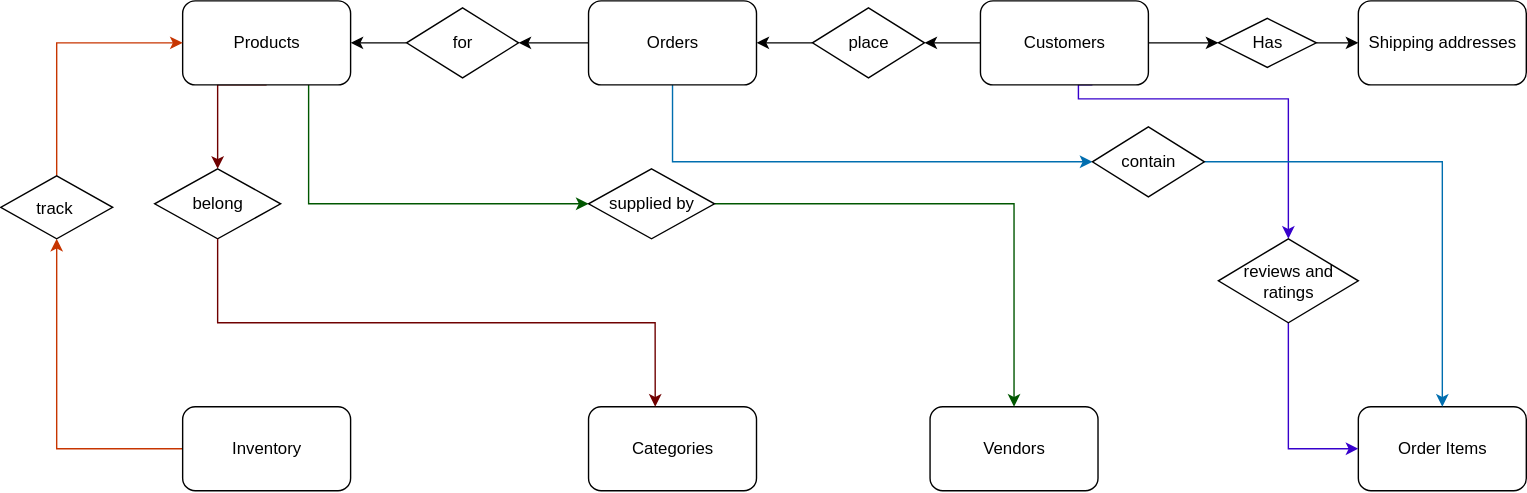
The draw.io diagram Task2.2.drawio.svg in dariya-yergaliyeva/DataBase, before a commit. Source tidied: cells renumbered, new cells last; positions are measured from the earlier drawing's top-left corner, leaving out a move shared by most shapes. Source of this version:
```xml
<mxGraphModel>
  <root>
    <mxCell id="0" />
    <mxCell id="1" parent="0" />
    <mxCell id="2" style="edgeStyle=orthogonalEdgeStyle;rounded=0;jettySize=auto;html=1;exitX=0;exitY=0.5;exitDx=0;exitDy=0;entryX=1;entryY=0.5;entryDx=0;entryDy=0;" parent="1" edge="1" source="5" target="19">
      <mxGeometry relative="1" as="geometry" />
    </mxCell>
    <mxCell id="3" style="edgeStyle=orthogonalEdgeStyle;rounded=0;orthogonalLoop=1;jettySize=auto;html=1;exitX=0.994;exitY=0.601;exitDx=0;exitDy=0;fillColor=#6a00ff;strokeColor=#3700CC;exitPerimeter=0;" parent="1" edge="1">
      <mxGeometry relative="1" as="geometry">
        <mxPoint x="780" y="60" as="sourcePoint" />
        <mxPoint x="920" y="170" as="targetPoint" />
        <Array as="points">
          <mxPoint x="770" y="60" />
          <mxPoint x="770" y="70" />
          <mxPoint x="920" y="70" />
        </Array>
      </mxGeometry>
    </mxCell>
    <mxCell id="4" style="edgeStyle=orthogonalEdgeStyle;rounded=0;jettySize=auto;html=1;exitX=1;exitY=0.5;exitDx=0;exitDy=0;entryX=0;entryY=0.5;entryDx=0;entryDy=0;" parent="1" edge="1" source="5" target="33">
      <mxGeometry relative="1" as="geometry" />
    </mxCell>
    <mxCell id="5" value="Customers" style="rounded=1;whiteSpace=wrap;html=1;" parent="1" vertex="1">
      <mxGeometry x="700" width="120" height="60" as="geometry" />
    </mxCell>
    <mxCell id="6" style="edgeStyle=orthogonalEdgeStyle;rounded=0;jettySize=auto;html=1;exitX=0;exitY=0.5;exitDx=0;exitDy=0;entryX=1;entryY=0.5;entryDx=0;entryDy=0;" parent="1" edge="1" source="8" target="21">
      <mxGeometry relative="1" as="geometry" />
    </mxCell>
    <mxCell id="7" style="edgeStyle=orthogonalEdgeStyle;rounded=0;jettySize=auto;html=1;exitX=0.5;exitY=1;exitDx=0;exitDy=0;entryX=0;entryY=0.5;entryDx=0;entryDy=0;fillColor=#1ba1e2;strokeColor=#006EAF;" parent="1" edge="1" source="8" target="27">
      <mxGeometry relative="1" as="geometry" />
    </mxCell>
    <mxCell id="8" value="Orders" style="rounded=1;whiteSpace=wrap;html=1;" parent="1" vertex="1">
      <mxGeometry x="420" width="120" height="60" as="geometry" />
    </mxCell>
    <mxCell id="9" style="edgeStyle=orthogonalEdgeStyle;rounded=0;jettySize=auto;html=1;exitX=0.5;exitY=1;exitDx=0;exitDy=0;entryX=0.5;entryY=0;entryDx=0;entryDy=0;fillColor=#a20025;strokeColor=#6F0000;" parent="1" edge="1" source="11" target="22">
      <mxGeometry relative="1" as="geometry">
        <Array as="points">
          <mxPoint x="155" y="60" />
        </Array>
      </mxGeometry>
    </mxCell>
    <mxCell id="10" style="edgeStyle=orthogonalEdgeStyle;rounded=0;jettySize=auto;html=1;exitX=0.75;exitY=1;exitDx=0;exitDy=0;entryX=0;entryY=0.5;entryDx=0;entryDy=0;fillColor=#008a00;strokeColor=#005700;" parent="1" edge="1" source="11" target="25">
      <mxGeometry relative="1" as="geometry" />
    </mxCell>
    <mxCell id="11" value="Products" style="rounded=1;whiteSpace=wrap;html=1;" parent="1" vertex="1">
      <mxGeometry x="130" width="120" height="60" as="geometry" />
    </mxCell>
    <mxCell id="12" value="Categories" style="rounded=1;whiteSpace=wrap;html=1;" parent="1" vertex="1">
      <mxGeometry x="420" y="290" width="120" height="60" as="geometry" />
    </mxCell>
    <mxCell id="13" value="Vendors" style="rounded=1;whiteSpace=wrap;html=1;" parent="1" vertex="1">
      <mxGeometry x="664" y="290" width="120" height="60" as="geometry" />
    </mxCell>
    <mxCell id="14" value="Order Items" style="rounded=1;whiteSpace=wrap;html=1;" parent="1" vertex="1">
      <mxGeometry x="970" y="290" width="120" height="60" as="geometry" />
    </mxCell>
    <mxCell id="15" value="Shipping addresses" style="rounded=1;whiteSpace=wrap;html=1;" parent="1" vertex="1">
      <mxGeometry x="970" width="120" height="60" as="geometry" />
    </mxCell>
    <mxCell id="16" style="edgeStyle=orthogonalEdgeStyle;rounded=0;jettySize=auto;html=1;exitX=0;exitY=0.5;exitDx=0;exitDy=0;entryX=0.5;entryY=1;entryDx=0;entryDy=0;fillColor=#fa6800;strokeColor=#C73500;" parent="1" edge="1" source="17" target="31">
      <mxGeometry relative="1" as="geometry" />
    </mxCell>
    <mxCell id="17" value="Inventory" style="rounded=1;whiteSpace=wrap;html=1;" parent="1" vertex="1">
      <mxGeometry x="130" y="290" width="120" height="60" as="geometry" />
    </mxCell>
    <mxCell id="18" style="edgeStyle=orthogonalEdgeStyle;rounded=0;jettySize=auto;html=1;exitX=0;exitY=0.5;exitDx=0;exitDy=0;entryX=1;entryY=0.5;entryDx=0;entryDy=0;" parent="1" edge="1" source="19" target="8">
      <mxGeometry relative="1" as="geometry" />
    </mxCell>
    <mxCell id="19" value="place" style="rhombus;whiteSpace=wrap;html=1;" parent="1" vertex="1">
      <mxGeometry x="580" y="5" width="80" height="50" as="geometry" />
    </mxCell>
    <mxCell id="20" style="edgeStyle=orthogonalEdgeStyle;rounded=0;jettySize=auto;html=1;exitX=0;exitY=0.5;exitDx=0;exitDy=0;entryX=1;entryY=0.5;entryDx=0;entryDy=0;" parent="1" edge="1" source="21" target="11">
      <mxGeometry relative="1" as="geometry" />
    </mxCell>
    <mxCell id="21" value="for" style="rhombus;whiteSpace=wrap;html=1;" parent="1" vertex="1">
      <mxGeometry x="290" y="5" width="80" height="50" as="geometry" />
    </mxCell>
    <mxCell id="22" value="belong" style="rhombus;whiteSpace=wrap;html=1;" parent="1" vertex="1">
      <mxGeometry x="110" y="120" width="90" height="50" as="geometry" />
    </mxCell>
    <mxCell id="23" style="edgeStyle=orthogonalEdgeStyle;rounded=0;jettySize=auto;html=1;exitX=0.5;exitY=1;exitDx=0;exitDy=0;entryX=0.397;entryY=0;entryDx=0;entryDy=0;entryPerimeter=0;fillColor=#a20025;strokeColor=#6F0000;" parent="1" edge="1" source="22" target="12">
      <mxGeometry relative="1" as="geometry" />
    </mxCell>
    <mxCell id="24" style="edgeStyle=orthogonalEdgeStyle;rounded=0;jettySize=auto;html=1;exitX=1;exitY=0.5;exitDx=0;exitDy=0;entryX=0.5;entryY=0;entryDx=0;entryDy=0;fillColor=#008a00;strokeColor=#005700;" parent="1" edge="1" source="25" target="13">
      <mxGeometry relative="1" as="geometry" />
    </mxCell>
    <mxCell id="25" value="supplied by" style="rhombus;whiteSpace=wrap;html=1;" parent="1" vertex="1">
      <mxGeometry x="420" y="120" width="90" height="50" as="geometry" />
    </mxCell>
    <mxCell id="26" style="edgeStyle=orthogonalEdgeStyle;rounded=0;jettySize=auto;html=1;exitX=1;exitY=0.5;exitDx=0;exitDy=0;entryX=0.5;entryY=0;entryDx=0;entryDy=0;fillColor=#1ba1e2;strokeColor=#006EAF;" parent="1" edge="1" source="27" target="14">
      <mxGeometry relative="1" as="geometry" />
    </mxCell>
    <mxCell id="27" value="contain" style="rhombus;whiteSpace=wrap;html=1;" parent="1" vertex="1">
      <mxGeometry x="780" y="90" width="80" height="50" as="geometry" />
    </mxCell>
    <mxCell id="28" style="edgeStyle=orthogonalEdgeStyle;rounded=0;jettySize=auto;html=1;exitX=0.5;exitY=1;exitDx=0;exitDy=0;entryX=0;entryY=0.5;entryDx=0;entryDy=0;fillColor=#6a00ff;strokeColor=#3700CC;" parent="1" edge="1" source="29" target="14">
      <mxGeometry relative="1" as="geometry" />
    </mxCell>
    <mxCell id="29" value="reviews and ratings" style="rhombus;whiteSpace=wrap;html=1;" parent="1" vertex="1">
      <mxGeometry x="870" y="170" width="100" height="60" as="geometry" />
    </mxCell>
    <mxCell id="30" style="edgeStyle=orthogonalEdgeStyle;rounded=0;jettySize=auto;html=1;exitX=0.5;exitY=0;exitDx=0;exitDy=0;entryX=0;entryY=0.5;entryDx=0;entryDy=0;fillColor=#fa6800;strokeColor=#C73500;" parent="1" edge="1" source="31" target="11">
      <mxGeometry relative="1" as="geometry" />
    </mxCell>
    <mxCell id="31" value="track&amp;nbsp;" style="rhombus;whiteSpace=wrap;html=1;" parent="1" vertex="1">
      <mxGeometry y="125" width="80" height="45" as="geometry" />
    </mxCell>
    <mxCell id="32" style="edgeStyle=orthogonalEdgeStyle;rounded=0;jettySize=auto;html=1;exitX=1;exitY=0.5;exitDx=0;exitDy=0;entryX=0;entryY=0.5;entryDx=0;entryDy=0;" parent="1" edge="1" source="33" target="15">
      <mxGeometry relative="1" as="geometry" />
    </mxCell>
    <mxCell id="33" value="Has" style="rhombus;whiteSpace=wrap;html=1;" parent="1" vertex="1">
      <mxGeometry x="870" y="12.5" width="70" height="35" as="geometry" />
    </mxCell>
  </root>
</mxGraphModel>
```
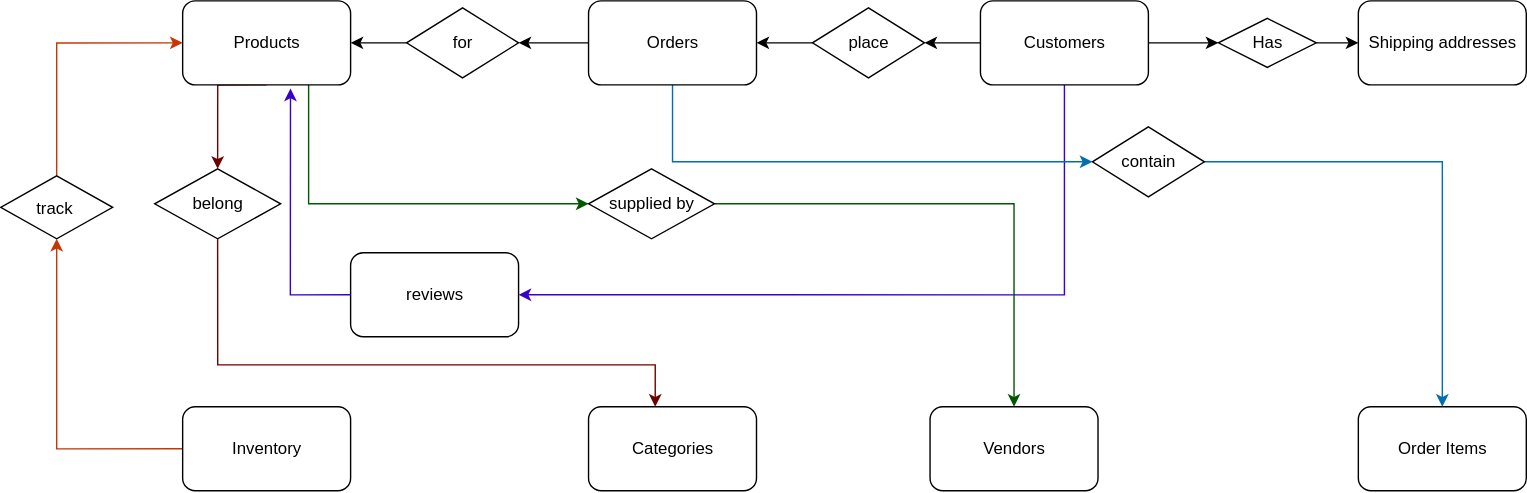
The same diagram one commit later.

The edit, as a diff of the source:
```diff
@@ -5,20 +5,12 @@
     <mxCell id="2" style="edgeStyle=orthogonalEdgeStyle;rounded=0;jettySize=auto;html=1;exitX=0;exitY=0.5;exitDx=0;exitDy=0;entryX=1;entryY=0.5;entryDx=0;entryDy=0;" parent="1" edge="1" source="5" target="19">
       <mxGeometry relative="1" as="geometry" />
     </mxCell>
-    <mxCell id="3" style="edgeStyle=orthogonalEdgeStyle;rounded=0;orthogonalLoop=1;jettySize=auto;html=1;exitX=0.994;exitY=0.601;exitDx=0;exitDy=0;fillColor=#6a00ff;strokeColor=#3700CC;exitPerimeter=0;" parent="1" edge="1">
-      <mxGeometry relative="1" as="geometry">
-        <mxPoint x="780" y="60" as="sourcePoint" />
-        <mxPoint x="920" y="170" as="targetPoint" />
-        <Array as="points">
-          <mxPoint x="770" y="60" />
-          <mxPoint x="770" y="70" />
-          <mxPoint x="920" y="70" />
-        </Array>
-      </mxGeometry>
-    </mxCell>
     <mxCell id="4" style="edgeStyle=orthogonalEdgeStyle;rounded=0;jettySize=auto;html=1;exitX=1;exitY=0.5;exitDx=0;exitDy=0;entryX=0;entryY=0.5;entryDx=0;entryDy=0;" parent="1" edge="1" source="5" target="33">
       <mxGeometry relative="1" as="geometry" />
     </mxCell>
+    <mxCell id="34" style="edgeStyle=orthogonalEdgeStyle;rounded=0;jettySize=auto;html=1;exitX=0.5;exitY=1;exitDx=0;exitDy=0;entryX=1;entryY=0.5;entryDx=0;entryDy=0;fillColor=#6a00ff;strokeColor=#3700CC;" parent="1" edge="1" source="5" target="35">
+      <mxGeometry relative="1" as="geometry" />
+    </mxCell>
     <mxCell id="5" value="Customers" style="rounded=1;whiteSpace=wrap;html=1;" parent="1" vertex="1">
       <mxGeometry x="700" width="120" height="60" as="geometry" />
     </mxCell>
@@ -78,7 +70,12 @@
       <mxGeometry x="110" y="120" width="90" height="50" as="geometry" />
     </mxCell>
     <mxCell id="23" style="edgeStyle=orthogonalEdgeStyle;rounded=0;jettySize=auto;html=1;exitX=0.5;exitY=1;exitDx=0;exitDy=0;entryX=0.397;entryY=0;entryDx=0;entryDy=0;entryPerimeter=0;fillColor=#a20025;strokeColor=#6F0000;" parent="1" edge="1" source="22" target="12">
-      <mxGeometry relative="1" as="geometry" />
+      <mxGeometry relative="1" as="geometry">
+        <Array as="points">
+          <mxPoint x="155" y="260" />
+          <mxPoint x="468" y="260" />
+        </Array>
+      </mxGeometry>
     </mxCell>
     <mxCell id="24" style="edgeStyle=orthogonalEdgeStyle;rounded=0;jettySize=auto;html=1;exitX=1;exitY=0.5;exitDx=0;exitDy=0;entryX=0.5;entryY=0;entryDx=0;entryDy=0;fillColor=#008a00;strokeColor=#005700;" parent="1" edge="1" source="25" target="13">
       <mxGeometry relative="1" as="geometry" />
@@ -92,12 +89,6 @@
     <mxCell id="27" value="contain" style="rhombus;whiteSpace=wrap;html=1;" parent="1" vertex="1">
       <mxGeometry x="780" y="90" width="80" height="50" as="geometry" />
     </mxCell>
-    <mxCell id="28" style="edgeStyle=orthogonalEdgeStyle;rounded=0;jettySize=auto;html=1;exitX=0.5;exitY=1;exitDx=0;exitDy=0;entryX=0;entryY=0.5;entryDx=0;entryDy=0;fillColor=#6a00ff;strokeColor=#3700CC;" parent="1" edge="1" source="29" target="14">
-      <mxGeometry relative="1" as="geometry" />
-    </mxCell>
-    <mxCell id="29" value="reviews and ratings" style="rhombus;whiteSpace=wrap;html=1;" parent="1" vertex="1">
-      <mxGeometry x="870" y="170" width="100" height="60" as="geometry" />
-    </mxCell>
     <mxCell id="30" style="edgeStyle=orthogonalEdgeStyle;rounded=0;jettySize=auto;html=1;exitX=0.5;exitY=0;exitDx=0;exitDy=0;entryX=0;entryY=0.5;entryDx=0;entryDy=0;fillColor=#fa6800;strokeColor=#C73500;" parent="1" edge="1" source="31" target="11">
       <mxGeometry relative="1" as="geometry" />
     </mxCell>
@@ -110,5 +101,11 @@
     <mxCell id="33" value="Has" style="rhombus;whiteSpace=wrap;html=1;" parent="1" vertex="1">
       <mxGeometry x="870" y="12.5" width="70" height="35" as="geometry" />
     </mxCell>
+    <mxCell id="35" value="reviews" style="rounded=1;whiteSpace=wrap;html=1;" parent="1" vertex="1">
+      <mxGeometry x="250" y="180" width="120" height="60" as="geometry" />
+    </mxCell>
+    <mxCell id="36" style="edgeStyle=orthogonalEdgeStyle;rounded=0;jettySize=auto;html=1;exitX=0;exitY=0.5;exitDx=0;exitDy=0;entryX=0.642;entryY=1.043;entryDx=0;entryDy=0;entryPerimeter=0;fillColor=#6a00ff;strokeColor=#3700CC;" parent="1" edge="1" source="35" target="11">
+      <mxGeometry relative="1" as="geometry" />
+    </mxCell>
   </root>
 </mxGraphModel>
```
